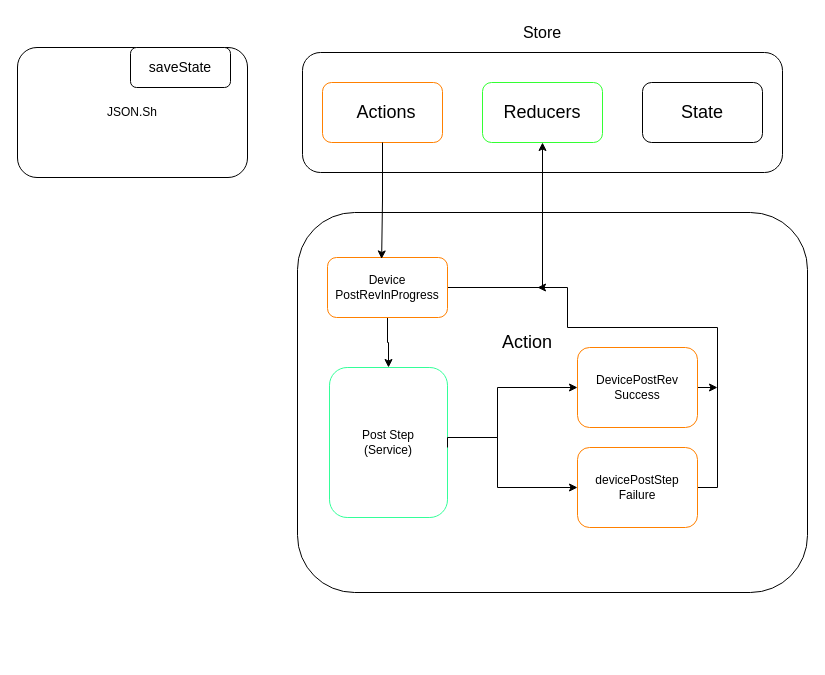
Above: Diagrama sin título.drawio in myrnitax/react-portfolio (draw.io), before the change. Source tidied: cells renumbered, new cells numbered last; positions are measured from the earlier drawing's top-left corner, leaving out a move shared by most shapes. Both pictures are drawn from the tidied source at 100%, with x=0, y=0 at pixel (17, 17).
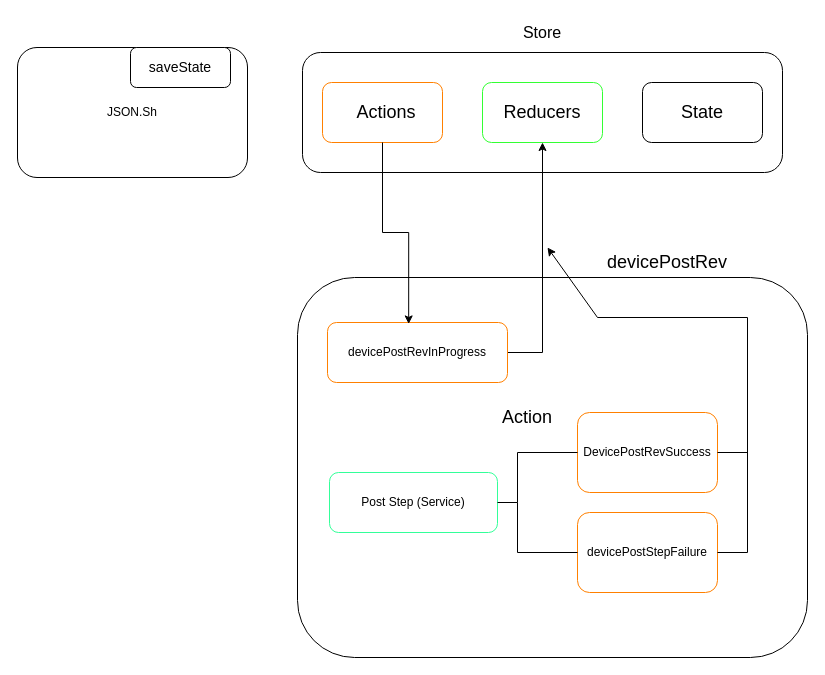
After the change.

Commit message:
reducer devicePosrRev

What changed in the source:
```diff
@@
     <mxCell id="13" style="rounded=1;whiteSpace=wrap;html=1;" parent="1" vertex="1">
-      <mxGeometry x="280" y="195" width="510" height="380" as="geometry" />
+      <mxGeometry x="280" y="260" width="510" height="380" as="geometry" />
     </mxCell>
-    <mxCell id="14" style="edgeStyle=orthogonalEdgeStyle;rounded=0;jettySize=auto;html=1;exitX=0.5;exitY=1;exitDx=0;exitDy=0;entryX=0.5;entryY=0;entryDx=0;entryDy=0;" parent="1" edge="1" source="16" target="18">
-      <mxGeometry relative="1" as="geometry" />
-    </mxCell>
@@
-    <mxCell id="16" value="Device&lt;br&gt;PostRevInProgress" style="rounded=1;whiteSpace=wrap;html=1;strokeColor=#FF8000;" parent="1" vertex="1">
-      <mxGeometry x="310" y="240" width="120" height="60" as="geometry" />
+    <mxCell id="16" value="devicePostRevInProgress" style="rounded=1;whiteSpace=wrap;html=1;strokeColor=#FF8000;" parent="1" vertex="1">
+      <mxGeometry x="310" y="305" width="180" height="60" as="geometry" />
     </mxCell>
-    <mxCell id="17" style="edgeStyle=orthogonalEdgeStyle;rounded=0;jettySize=auto;html=1;" parent="1" edge="1" target="20">
-      <mxGeometry relative="1" as="geometry">
-        <mxPoint x="430" y="430" as="sourcePoint" />
-        <Array as="points">
-          <mxPoint x="430" y="420" />
-          <mxPoint x="480" y="420" />
-          <mxPoint x="480" y="370" />
-        </Array>
-      </mxGeometry>
-    </mxCell>
-    <mxCell id="18" value="Post Step&lt;br&gt;(Service)" style="rounded=1;whiteSpace=wrap;html=1;strokeColor=#33FF99;" parent="1" vertex="1">
-      <mxGeometry x="312" y="350" width="118" height="150" as="geometry" />
+    <mxCell id="18" value="Post Step (Service)" style="rounded=1;whiteSpace=wrap;html=1;strokeColor=#33FF99;" parent="1" vertex="1">
+      <mxGeometry x="312" y="455" width="168" height="60" as="geometry" />
     </mxCell>
-    <mxCell id="19" style="edgeStyle=orthogonalEdgeStyle;rounded=0;jettySize=auto;html=1;exitX=1;exitY=0.5;exitDx=0;exitDy=0;" parent="1" edge="1" source="20">
-      <mxGeometry relative="1" as="geometry">
-        <mxPoint x="700" y="370" as="targetPoint" />
-      </mxGeometry>
-    </mxCell>
-    <mxCell id="20" value="DevicePostRev&lt;br&gt;Success" style="rounded=1;whiteSpace=wrap;html=1;strokeColor=#FF8000;" parent="1" vertex="1">
-      <mxGeometry x="560" y="330" width="120" height="80" as="geometry" />
+    <mxCell id="20" value="DevicePostRevSuccess" style="rounded=1;whiteSpace=wrap;html=1;strokeColor=#FF8000;" parent="1" vertex="1">
+      <mxGeometry x="560" y="395" width="140" height="80" as="geometry" />
     </mxCell>
-    <mxCell id="21" style="edgeStyle=orthogonalEdgeStyle;rounded=0;jettySize=auto;html=1;exitX=1;exitY=0.5;exitDx=0;exitDy=0;" parent="1" edge="1" source="22">
-      <mxGeometry relative="1" as="geometry">
-        <mxPoint x="520" y="270" as="targetPoint" />
-        <Array as="points">
-          <mxPoint x="700" y="470" />
-          <mxPoint x="700" y="310" />
-          <mxPoint x="550" y="310" />
-          <mxPoint x="550" y="270" />
-        </Array>
-      </mxGeometry>
-    </mxCell>
-    <mxCell id="22" value="devicePostStep&lt;br&gt;Failure" style="rounded=1;whiteSpace=wrap;html=1;strokeColor=#FF8000;" parent="1" vertex="1">
-      <mxGeometry x="560" y="430" width="120" height="80" as="geometry" />
+    <mxCell id="22" value="devicePostStepFailure" style="rounded=1;whiteSpace=wrap;html=1;strokeColor=#FF8000;" parent="1" vertex="1">
+      <mxGeometry x="560" y="495" width="140" height="80" as="geometry" />
     </mxCell>
-    <mxCell id="23" style="edgeStyle=orthogonalEdgeStyle;rounded=0;orthogonalLoop=1;jettySize=auto;html=1;" parent="1" edge="1">
-      <mxGeometry relative="1" as="geometry">
-        <mxPoint x="430" y="430" as="sourcePoint" />
-        <mxPoint x="560" y="470" as="targetPoint" />
-        <Array as="points">
-          <mxPoint x="430" y="420" />
-          <mxPoint x="480" y="420" />
-          <mxPoint x="480" y="470" />
-        </Array>
-      </mxGeometry>
-    </mxCell>
     <mxCell id="24" value="&lt;font style=&quot;font-size: 18px;&quot;&gt;Action&lt;/font&gt;" style="text;html=1;strokeColor=none;fillColor=none;align=center;verticalAlign=middle;whiteSpace=wrap;rounded=0;" parent="1" vertex="1">
-      <mxGeometry x="480" y="310" width="60" height="30" as="geometry" />
+      <mxGeometry x="480" y="385" width="60" height="30" as="geometry" />
     </mxCell>
@@
+    <mxCell id="26" style="edgeStyle=orthogonalEdgeStyle;rounded=0;orthogonalLoop=1;jettySize=auto;html=1;exitX=0.5;exitY=1;exitDx=0;exitDy=0;" parent="1" edge="1" source="18" target="18">
+      <mxGeometry relative="1" as="geometry" />
+    </mxCell>
+    <mxCell id="27" style="endArrow=none;html=1;rounded=0;entryX=0;entryY=0.5;entryDx=0;entryDy=0;exitX=1;exitY=0.5;exitDx=0;exitDy=0;" parent="1" edge="1" source="18" target="20">
+      <mxGeometry relative="1" as="geometry">
+        <Array as="points">
+          <mxPoint x="500" y="485" />
+          <mxPoint x="500" y="435" />
+        </Array>
+      </mxGeometry>
+    </mxCell>
+    <mxCell id="28" style="endArrow=none;html=1;rounded=0;entryX=0;entryY=0.5;entryDx=0;entryDy=0;" parent="1" edge="1" target="22">
+      <mxGeometry relative="1" as="geometry">
+        <mxPoint x="500" y="485" as="sourcePoint" />
+        <Array as="points">
+          <mxPoint x="500" y="535" />
+        </Array>
+      </mxGeometry>
+    </mxCell>
+    <mxCell id="29" style="endArrow=none;html=1;rounded=0;exitX=1;exitY=0.5;exitDx=0;exitDy=0;" parent="1" edge="1" source="20">
+      <mxGeometry relative="1" as="geometry">
+        <mxPoint x="730" y="435" as="targetPoint" />
+        <Array as="points">
+          <mxPoint x="700" y="435" />
+        </Array>
+      </mxGeometry>
+    </mxCell>
+    <mxCell id="30" style="endArrow=classic;html=1;rounded=0;" parent="1" edge="1" source="22">
+      <mxGeometry relative="1" as="geometry">
+        <mxPoint x="530" y="230" as="targetPoint" />
+        <Array as="points">
+          <mxPoint x="730" y="535" />
+          <mxPoint x="730" y="300" />
+          <mxPoint x="580" y="300" />
+        </Array>
+      </mxGeometry>
+    </mxCell>
+    <mxCell id="31" value="&lt;font style=&quot;font-size: 18px;&quot;&gt;devicePostRev&lt;/font&gt;" style="text;html=1;strokeColor=none;fillColor=none;align=center;verticalAlign=middle;whiteSpace=wrap;rounded=0;" parent="1" vertex="1">
+      <mxGeometry x="585" y="230" width="130" height="30" as="geometry" />
+    </mxCell>
```
